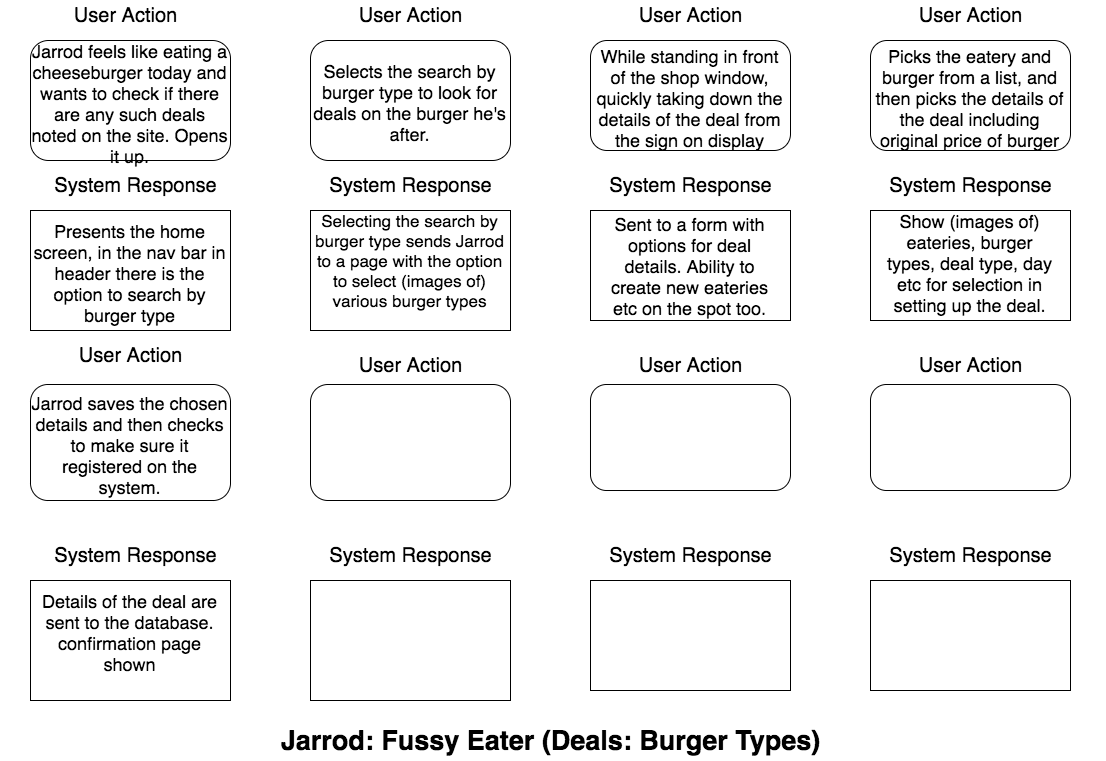
Earlier version of the draw.io export planning/user_journey_view_burger_type_deals.png (dinhosang/cc_project_1_burger_deals). Source tidied: cells renumbered, new cells last; positions are measured from the earlier drawing's top-left corner, leaving out a move shared by most shapes.
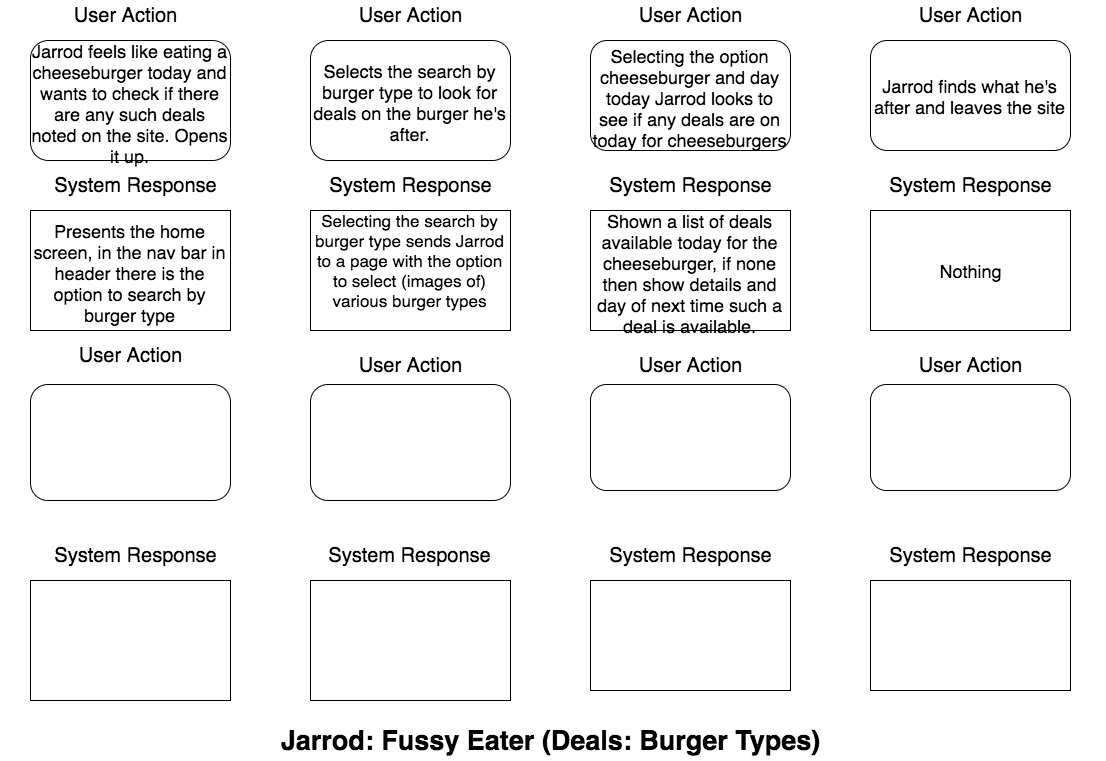
Later version of the same file.

What changed in the source:
```diff
@@ -8,13 +8,13 @@
     <mxCell id="3" value="&lt;font style=&quot;font-size: 18px&quot;&gt;Selects the search by burger type to look for deals on the burger he's after.&lt;/font&gt;" style="shape=ext;rounded=1;html=1;whiteSpace=wrap;" parent="1" vertex="1">
       <mxGeometry x="310" y="40" width="200" height="120" as="geometry" />
     </mxCell>
-    <mxCell id="4" value="&lt;font style=&quot;font-size: 18px&quot;&gt;While standing in front of the shop window, quickly taking down the details of the deal from the sign on display&lt;/font&gt;" style="shape=ext;rounded=1;html=1;whiteSpace=wrap;" parent="1" vertex="1">
+    <mxCell id="4" value="&lt;font style=&quot;font-size: 18px&quot;&gt;Selecting the option cheeseburger and day today Jarrod looks to see if any deals are on today for cheeseburgers&lt;/font&gt;" style="shape=ext;rounded=1;html=1;whiteSpace=wrap;" parent="1" vertex="1">
       <mxGeometry x="590" y="40" width="200" height="110" as="geometry" />
     </mxCell>
-    <mxCell id="5" value="&lt;font style=&quot;font-size: 18px&quot;&gt;Picks the eatery and burger from a list, and then picks the details of the deal including original price of burger&lt;/font&gt;" style="shape=ext;rounded=1;html=1;whiteSpace=wrap;" parent="1" vertex="1">
+    <mxCell id="5" value="&lt;font style=&quot;font-size: 18px&quot;&gt;Jarrod finds what he's after and leaves the site&lt;/font&gt;" style="shape=ext;rounded=1;html=1;whiteSpace=wrap;" parent="1" vertex="1">
       <mxGeometry x="870" y="40" width="200" height="110" as="geometry" />
     </mxCell>
-    <mxCell id="6" value="&lt;font style=&quot;font-size: 18px&quot;&gt;Jarrod saves the chosen details and then checks to make sure it registered on the system.&lt;/font&gt;" style="shape=ext;rounded=1;html=1;whiteSpace=wrap;" parent="1" vertex="1">
+    <mxCell id="6" style="shape=ext;rounded=1;html=1;whiteSpace=wrap;" parent="1" vertex="1">
       <mxGeometry x="30" y="384" width="200" height="116" as="geometry" />
     </mxCell>
     <mxCell id="7" style="shape=ext;rounded=1;html=1;whiteSpace=wrap;" parent="1" vertex="1">
@@ -35,29 +35,20 @@
     <mxCell id="12" style="rounded=0;whiteSpace=wrap;html=1;" parent="1" vertex="1">
       <mxGeometry x="310" y="580" width="200" height="120" as="geometry" />
     </mxCell>
-    <mxCell id="13" style="rounded=0;whiteSpace=wrap;html=1;" parent="1" vertex="1">
-      <mxGeometry x="30" y="580" width="200" height="120" as="geometry" />
-    </mxCell>
-    <mxCell id="14" style="rounded=0;whiteSpace=wrap;html=1;" parent="1" vertex="1">
-      <mxGeometry x="870" y="210" width="200" height="110" as="geometry" />
-    </mxCell>
-    <mxCell id="15" style="rounded=0;whiteSpace=wrap;html=1;" parent="1" vertex="1">
-      <mxGeometry x="590" y="210" width="200" height="110" as="geometry" />
-    </mxCell>
     <mxCell id="16" value="&lt;font style=&quot;font-size: 18px&quot;&gt;Presents the home screen, in the nav bar in header there is the option to search by burger type&lt;/font&gt;" style="text;html=1;strokeColor=#000000;fillColor=#ffffff;align=center;verticalAlign=middle;whiteSpace=wrap;rounded=0;strokeWidth=1;" parent="1" vertex="1">
       <mxGeometry x="30" y="210" width="200" height="120" as="geometry" />
     </mxCell>
-    <mxCell id="17" value="&lt;font style=&quot;font-size: 18px&quot;&gt;Show (images of) eateries, burger types, deal type, day etc for selection in setting up the deal.&lt;/font&gt;" style="text;html=1;strokeColor=none;fillColor=none;align=center;verticalAlign=middle;whiteSpace=wrap;rounded=0;" parent="1" vertex="1">
-      <mxGeometry x="880" y="220" width="180" height="80" as="geometry" />
+    <mxCell id="17" value="&lt;font style=&quot;font-size: 18px&quot;&gt;Nothing&lt;/font&gt;" style="text;html=1;strokeColor=#000000;fillColor=#ffffff;align=center;verticalAlign=middle;whiteSpace=wrap;rounded=0;" parent="1" vertex="1">
+      <mxGeometry x="870" y="210" width="200" height="120" as="geometry" />
     </mxCell>
-    <mxCell id="18" value="&lt;font style=&quot;font-size: 18px&quot;&gt;Sent to a form with options for deal details. Ability to create new eateries etc on the spot too.&lt;/font&gt;" style="text;html=1;strokeColor=none;fillColor=none;align=center;verticalAlign=middle;whiteSpace=wrap;rounded=0;" parent="1" vertex="1">
-      <mxGeometry x="600" y="225" width="180" height="75" as="geometry" />
+    <mxCell id="18" value="&lt;font style=&quot;font-size: 18px&quot;&gt;Shown a list of deals available today for the cheeseburger, if none then show details and day of next time such a deal is available.&lt;/font&gt;" style="text;html=1;strokeColor=#000000;fillColor=#ffffff;align=center;verticalAlign=middle;whiteSpace=wrap;rounded=0;" parent="1" vertex="1">
+      <mxGeometry x="590" y="210" width="200" height="120" as="geometry" />
     </mxCell>
     <mxCell id="19" value="&lt;font style=&quot;font-size: 17px&quot;&gt;Selecting the search by burger type sends Jarrod to a page with the option to select (images of) various burger types&lt;/font&gt;" style="text;html=1;strokeColor=#000000;fillColor=#ffffff;align=center;verticalAlign=middle;whiteSpace=wrap;rounded=0;" parent="1" vertex="1">
       <mxGeometry x="310" y="210" width="200" height="120" as="geometry" />
     </mxCell>
-    <mxCell id="20" value="&lt;font style=&quot;font-size: 18px&quot;&gt;Details of the deal are sent to the database. confirmation page shown&lt;/font&gt;" style="text;html=1;strokeColor=none;fillColor=none;align=center;verticalAlign=middle;whiteSpace=wrap;rounded=0;" parent="1" vertex="1">
-      <mxGeometry x="40" y="590" width="180" height="80" as="geometry" />
+    <mxCell id="20" style="text;html=1;strokeColor=#000000;fillColor=#ffffff;align=center;verticalAlign=middle;whiteSpace=wrap;rounded=0;" parent="1" vertex="1">
+      <mxGeometry x="30" y="580" width="200" height="120" as="geometry" />
     </mxCell>
     <mxCell id="21" value="&lt;font style=&quot;font-size: 20px&quot;&gt;User Action&lt;/font&gt;" style="text;html=1;strokeColor=none;fillColor=none;align=center;verticalAlign=middle;whiteSpace=wrap;rounded=0;fontStyle=0;" parent="1" vertex="1">
       <mxGeometry x="30" width="190" height="30" as="geometry" />
@@ -78,7 +69,7 @@
       <mxGeometry x="555" y="540" width="270" height="30" as="geometry" />
     </mxCell>
     <mxCell id="27" value="&lt;div style=&quot;text-align: center&quot;&gt;&lt;font style=&quot;font-size: 20px&quot;&gt;System Response&lt;/font&gt;&lt;/div&gt;" style="text;html=1;strokeColor=none;fillColor=none;align=center;verticalAlign=middle;whiteSpace=wrap;rounded=0;" parent="1" vertex="1">
-      <mxGeometry x="275" y="540" width="270" height="30" as="geometry" />
+      <mxGeometry x="274" y="540" width="270" height="30" as="geometry" />
     </mxCell>
     <mxCell id="28" value="&lt;div style=&quot;text-align: center&quot;&gt;&lt;font style=&quot;font-size: 20px&quot;&gt;System Response&lt;/font&gt;&lt;/div&gt;" style="text;html=1;strokeColor=none;fillColor=none;align=center;verticalAlign=middle;whiteSpace=wrap;rounded=0;" parent="1" vertex="1">
       <mxGeometry x="835" y="170" width="270" height="30" as="geometry" />
```
